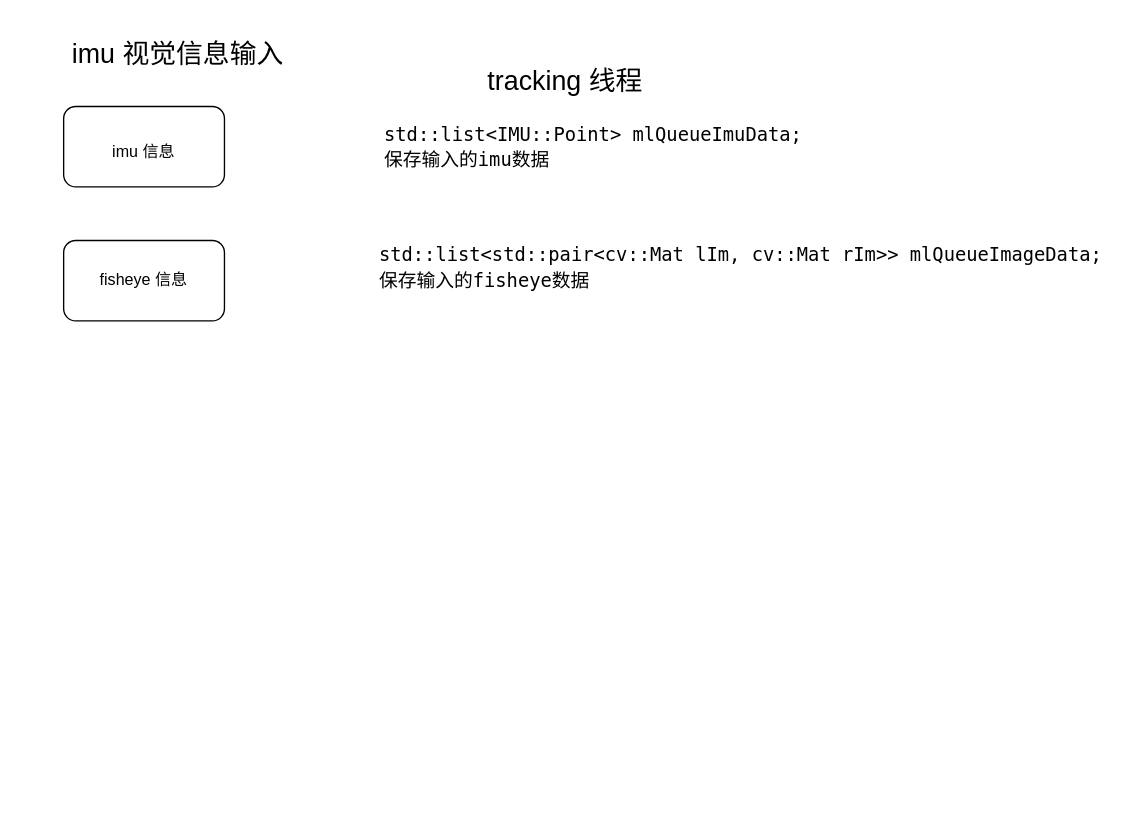
Before: imu_fisheye.drawio in Peter1qaz2wsx/flow_chart-, a draw.io diagram. Source tidied: cells renumbered, new cells numbered last; positions are measured from the earlier drawing's top-left corner, leaving out a move shared by most shapes. Both pictures are drawn from the tidied source at 134%, with x=0, y=0 at pixel (63, 39).
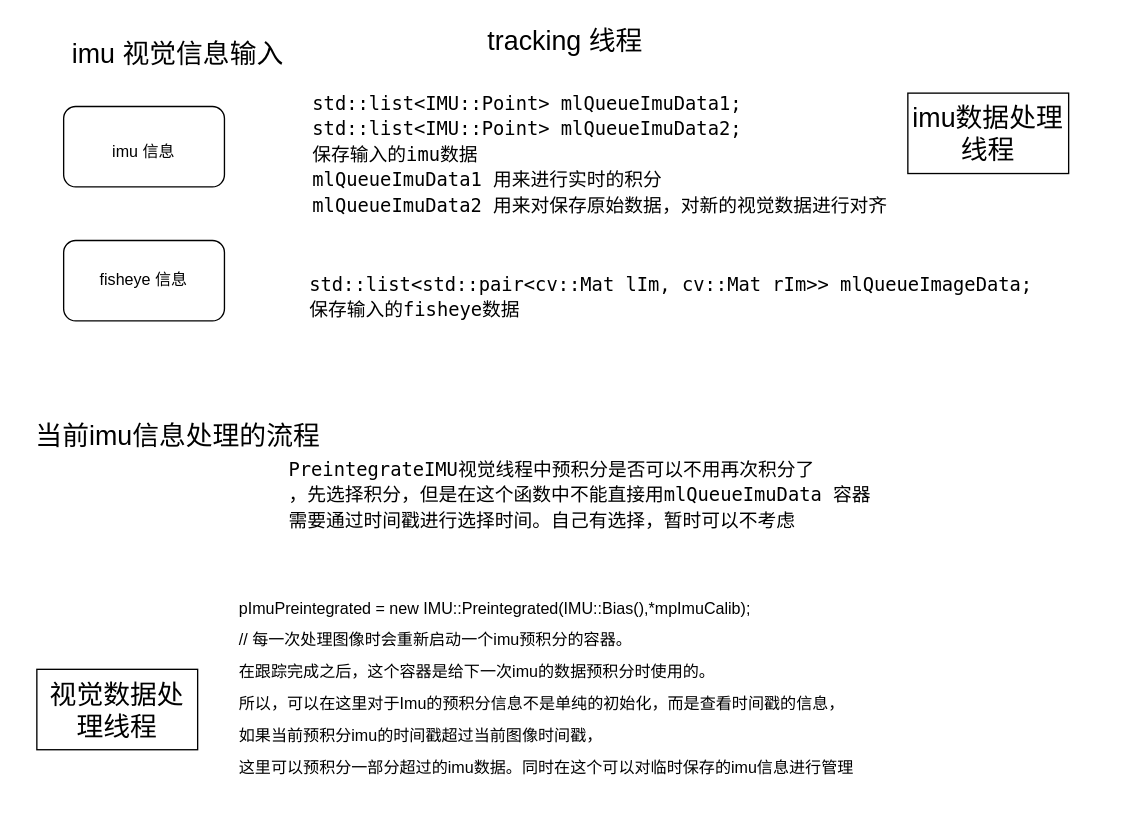
The same diagram, later.

The edit, as a diff of the source:
```diff
@@
 <mxGraphModel>
   <root>
     <mxCell id="0" />
     <mxCell id="1" parent="0" />
     <mxCell id="2" value="&lt;span style=&quot;font-size: 20px&quot;&gt;imu 视觉信息输入&lt;/span&gt;" style="text;html=1;align=center;verticalAlign=middle;strokeColor=none;fillColor=none;" parent="1" vertex="1">
       <mxGeometry width="170" height="20" as="geometry" />
     </mxCell>
     <mxCell id="3" value="&lt;font style=&quot;vertical-align: inherit ; font-size: 12px&quot;&gt;imu 信息&lt;/font&gt;" style="rounded=1;whiteSpace=wrap;html=1;fontSize=20;" parent="1" vertex="1">
       <mxGeometry y="50" width="120" height="60" as="geometry" />
     </mxCell>
     <mxCell id="4" value="fisheye 信息" style="rounded=1;whiteSpace=wrap;html=1;" parent="1" vertex="1">
       <mxGeometry y="150" width="120" height="60" as="geometry" />
     </mxCell>
     <mxCell id="5" value="&lt;font style=&quot;font-size: 20px&quot;&gt;tracking 线程&lt;/font&gt;" style="text;html=1;align=center;verticalAlign=middle;strokeColor=none;fillColor=none;fontSize=12;" parent="1" vertex="1">
-      <mxGeometry x="309" y="20" width="130" height="20" as="geometry" />
+      <mxGeometry x="309" y="-10" width="130" height="20" as="geometry" />
     </mxCell>
-    <mxCell id="6" value="&lt;div style=&quot;text-align: justify ; font-family: &amp;#34;droid sans mono&amp;#34; , &amp;#34;monospace&amp;#34; , monospace , &amp;#34;droid sans fallback&amp;#34; ; font-size: 14px ; line-height: 19px&quot;&gt;std::list&amp;lt;IMU::Point&amp;gt; mlQueueImuData;&lt;/div&gt;&lt;div style=&quot;text-align: justify ; font-family: &amp;#34;droid sans mono&amp;#34; , &amp;#34;monospace&amp;#34; , monospace , &amp;#34;droid sans fallback&amp;#34; ; font-size: 14px ; line-height: 19px&quot;&gt;保存输入的imu数据&lt;/div&gt;" style="text;html=1;align=center;verticalAlign=middle;strokeColor=none;fillColor=none;fontSize=20;" parent="1" vertex="1">
-      <mxGeometry x="230" y="60" width="330" height="40" as="geometry" />
+    <mxCell id="6" value="&lt;div style=&quot;text-align: justify ; font-family: &amp;#34;droid sans mono&amp;#34; , &amp;#34;monospace&amp;#34; , monospace , &amp;#34;droid sans fallback&amp;#34; ; font-size: 14px ; line-height: 19px&quot;&gt;std::list&amp;lt;IMU::Point&amp;gt; mlQueueImuData1;&lt;/div&gt;&lt;div style=&quot;text-align: justify ; font-family: &amp;#34;droid sans mono&amp;#34; , &amp;#34;monospace&amp;#34; , monospace , &amp;#34;droid sans fallback&amp;#34; ; font-size: 14px ; line-height: 19px&quot;&gt;std::list&amp;lt;IMU::Point&amp;gt; mlQueueImuData2;&lt;br&gt;&lt;/div&gt;&lt;div style=&quot;text-align: justify ; font-family: &amp;#34;droid sans mono&amp;#34; , &amp;#34;monospace&amp;#34; , monospace , &amp;#34;droid sans fallback&amp;#34; ; font-size: 14px ; line-height: 19px&quot;&gt;保存输入的imu数据&lt;/div&gt;&lt;div style=&quot;text-align: justify ; font-family: &amp;#34;droid sans mono&amp;#34; , &amp;#34;monospace&amp;#34; , monospace , &amp;#34;droid sans fallback&amp;#34; ; font-size: 14px ; line-height: 19px&quot;&gt;mlQueueImuData1 用来进行实时的积分&lt;br&gt;&lt;/div&gt;&lt;div style=&quot;text-align: justify ; font-family: &amp;#34;droid sans mono&amp;#34; , &amp;#34;monospace&amp;#34; , monospace , &amp;#34;droid sans fallback&amp;#34; ; font-size: 14px ; line-height: 19px&quot;&gt;mlQueueImuData2 用来对保存原始数据，对新的视觉数据进行对齐&lt;br&gt;&lt;/div&gt;&lt;div style=&quot;text-align: justify ; font-family: &amp;#34;droid sans mono&amp;#34; , &amp;#34;monospace&amp;#34; , monospace , &amp;#34;droid sans fallback&amp;#34; ; font-size: 14px ; line-height: 19px&quot;&gt;&lt;br&gt;&lt;/div&gt;&lt;div style=&quot;text-align: justify ; font-family: &amp;#34;droid sans mono&amp;#34; , &amp;#34;monospace&amp;#34; , monospace , &amp;#34;droid sans fallback&amp;#34; ; font-size: 14px ; line-height: 19px&quot;&gt;&lt;br&gt;&lt;/div&gt;&lt;div style=&quot;text-align: justify ; font-family: &amp;#34;droid sans mono&amp;#34; , &amp;#34;monospace&amp;#34; , monospace , &amp;#34;droid sans fallback&amp;#34; ; font-size: 14px ; line-height: 19px&quot;&gt;&lt;br&gt;&lt;/div&gt;" style="text;html=1;align=center;verticalAlign=middle;strokeColor=none;fillColor=none;fontSize=20;" parent="1" vertex="1">
+      <mxGeometry x="180" y="34" width="440" height="160" as="geometry" />
     </mxCell>
     <mxCell id="7" value="&lt;div style=&quot;text-align: justify ; font-family: &amp;#34;droid sans mono&amp;#34; , &amp;#34;monospace&amp;#34; , monospace , &amp;#34;droid sans fallback&amp;#34; ; font-size: 14px ; line-height: 19px&quot;&gt;std::list&amp;lt;std::pair&amp;lt;&lt;span style=&quot;font-family: &amp;#34;droid sans mono&amp;#34; , &amp;#34;monospace&amp;#34; , monospace , &amp;#34;droid sans fallback&amp;#34;&quot;&gt;cv&lt;/span&gt;&lt;span style=&quot;font-family: &amp;#34;droid sans mono&amp;#34; , &amp;#34;monospace&amp;#34; , monospace , &amp;#34;droid sans fallback&amp;#34;&quot;&gt;::Mat lIm,&amp;nbsp;&lt;/span&gt;&lt;span style=&quot;font-family: &amp;#34;droid sans mono&amp;#34; , &amp;#34;monospace&amp;#34; , monospace , &amp;#34;droid sans fallback&amp;#34; ; text-align: center&quot;&gt;cv&lt;/span&gt;&lt;span style=&quot;font-family: &amp;#34;droid sans mono&amp;#34; , &amp;#34;monospace&amp;#34; , monospace , &amp;#34;droid sans fallback&amp;#34; ; text-align: center&quot;&gt;::Mat rIm&amp;gt;&lt;/span&gt;&amp;gt; mlQueueImageData;&lt;/div&gt;&lt;div style=&quot;text-align: justify ; font-family: &amp;#34;droid sans mono&amp;#34; , &amp;#34;monospace&amp;#34; , monospace , &amp;#34;droid sans fallback&amp;#34; ; font-size: 14px ; line-height: 19px&quot;&gt;保存输入的fisheye数据&lt;/div&gt;" style="text;html=1;align=center;verticalAlign=middle;strokeColor=none;fillColor=none;fontSize=20;fontColor=#000000;" parent="1" vertex="1">
-      <mxGeometry x="230" y="150" width="550" height="40" as="geometry" />
+      <mxGeometry x="178" y="172" width="550" height="40" as="geometry" />
     </mxCell>
+    <mxCell id="8" value="当前imu信息处理的流程" style="text;html=1;align=center;verticalAlign=middle;strokeColor=none;fillColor=none;fontSize=20;fontColor=#000000;" parent="1" vertex="1">
+      <mxGeometry x="-30" y="280" width="230" height="30" as="geometry" />
+    </mxCell>
+    <mxCell id="9" value="&lt;div style=&quot;text-align: justify ; font-family: &amp;#34;droid sans mono&amp;#34; , &amp;#34;monospace&amp;#34; , monospace , &amp;#34;droid sans fallback&amp;#34; ; font-size: 14px ; line-height: 19px&quot;&gt;PreintegrateIMU视觉线程中预积分是否可以不用再次积分了&lt;/div&gt;&lt;div style=&quot;text-align: justify ; font-family: &amp;#34;droid sans mono&amp;#34; , &amp;#34;monospace&amp;#34; , monospace , &amp;#34;droid sans fallback&amp;#34; ; font-size: 14px ; line-height: 19px&quot;&gt;，先选择积分，但是在这个函数中不能直接用&lt;span style=&quot;font-family: &amp;#34;droid sans mono&amp;#34; , &amp;#34;monospace&amp;#34; , monospace , &amp;#34;droid sans fallback&amp;#34; ; text-align: center&quot;&gt;mlQueueImuData 容器&lt;/span&gt;&lt;/div&gt;&lt;div style=&quot;text-align: justify ; font-family: &amp;#34;droid sans mono&amp;#34; , &amp;#34;monospace&amp;#34; , monospace , &amp;#34;droid sans fallback&amp;#34; ; font-size: 14px ; line-height: 19px&quot;&gt;&lt;span style=&quot;font-family: &amp;#34;droid sans mono&amp;#34; , &amp;#34;monospace&amp;#34; , monospace , &amp;#34;droid sans fallback&amp;#34; ; text-align: center&quot;&gt;需要通过时间戳进行选择时间。自己有选择，暂时可以不考虑&lt;/span&gt;&lt;/div&gt;" style="text;html=1;align=center;verticalAlign=middle;strokeColor=none;fillColor=none;fontSize=20;fontColor=#000000;" parent="1" vertex="1">
+      <mxGeometry x="160" y="310" width="450" height="60" as="geometry" />
+    </mxCell>
+    <mxCell id="10" value="imu数据处理线程" style="whiteSpace=wrap;html=1;labelBackgroundColor=none;fontSize=20;fontColor=#000000;" parent="1" vertex="1">
+      <mxGeometry x="630" y="40" width="120" height="60" as="geometry" />
+    </mxCell>
+    <mxCell id="11" value="视觉数据处理线程" style="whiteSpace=wrap;html=1;labelBackgroundColor=none;fontSize=20;fontColor=#000000;" parent="1" vertex="1">
+      <mxGeometry x="-20" y="470" width="120" height="60" as="geometry" />
+    </mxCell>
+    <mxCell id="12" value="&lt;div style=&quot;text-align: justify ; font-size: 12px&quot;&gt;&lt;span&gt;&lt;font style=&quot;font-size: 12px&quot;&gt;pImuPreintegrated = new IMU::Preintegrated(IMU::Bias(),*mpImuCalib);&lt;/font&gt;&lt;/span&gt;&lt;/div&gt;&lt;div style=&quot;text-align: justify&quot;&gt;&lt;span style=&quot;font-size: 12px&quot;&gt;// 每一次处理图像时会重新启动一个imu预积分的容器。&lt;/span&gt;&lt;/div&gt;&lt;div style=&quot;text-align: justify&quot;&gt;&lt;span style=&quot;font-size: 12px&quot;&gt;在跟踪完成之后，这个容器是给下一次imu的数据预积分时使用的。&lt;/span&gt;&lt;/div&gt;&lt;div style=&quot;text-align: justify&quot;&gt;&lt;span style=&quot;font-size: 12px&quot;&gt;所以，可以在这里对于Imu的预积分信息不是单纯的初始化，而是查看时间戳的信息，&lt;/span&gt;&lt;/div&gt;&lt;div style=&quot;text-align: justify&quot;&gt;&lt;span style=&quot;font-size: 12px&quot;&gt;如果当前预积分imu的时间戳超过当前图像时间戳，&lt;/span&gt;&lt;/div&gt;&lt;div style=&quot;text-align: justify&quot;&gt;&lt;span style=&quot;font-size: 12px&quot;&gt;这里可以预积分一部分超过的imu数据。同时在这个可以对临时保存的imu信息进行管理&lt;/span&gt;&lt;br&gt;&lt;/div&gt;" style="text;html=1;align=center;verticalAlign=middle;strokeColor=none;fillColor=none;fontSize=20;fontColor=#000000;" parent="1" vertex="1">
+      <mxGeometry x="125" y="405" width="470" height="160" as="geometry" />
+    </mxCell>
   </root>
 </mxGraphModel>
```
